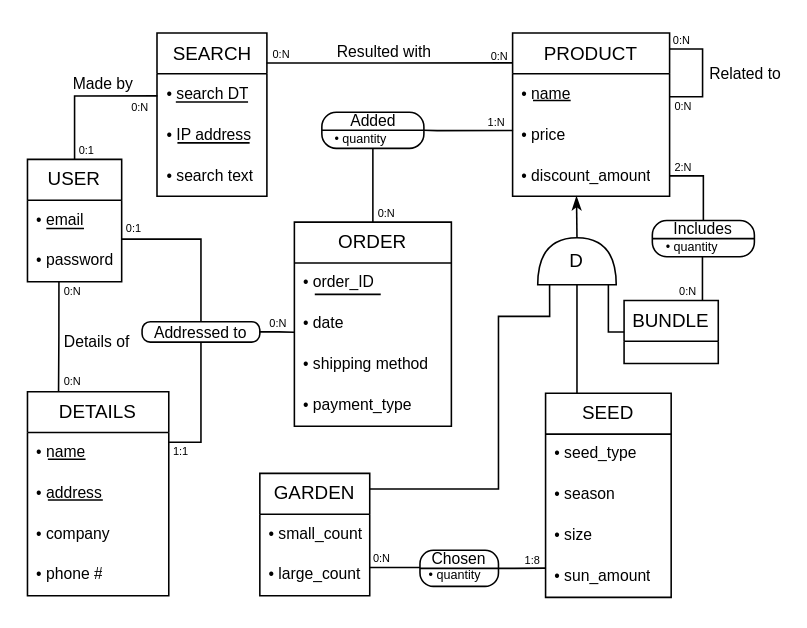
Earlier version of the draw.io diagram part 2/ERD fixed.drawio (TomGeva/DB_project). Source tidied: cells renumbered, new cells numbered last; positions are measured from the earlier drawing's top-left corner, leaving out a move shared by most shapes. Both pictures are drawn from the tidied source at 157%, with x=0, y=0 at pixel (27, 30).
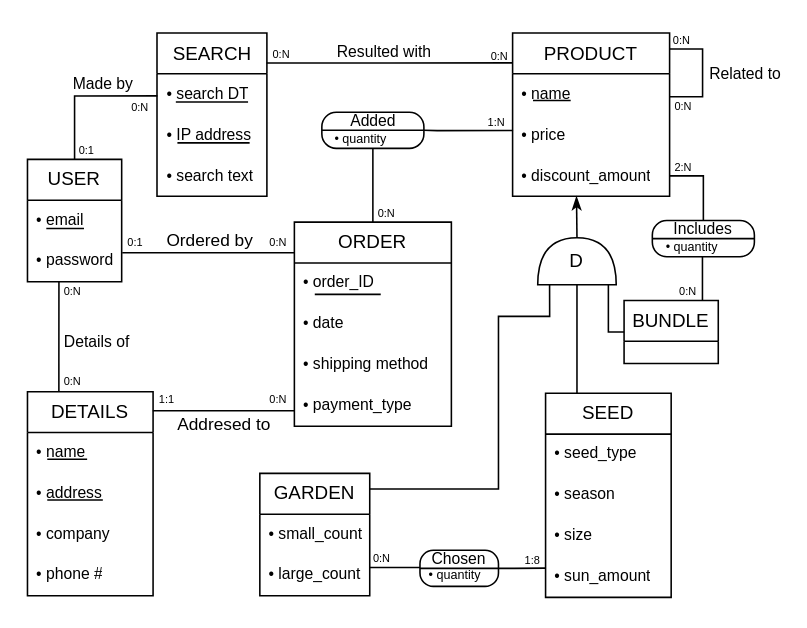
The same diagram, later.

Commit message (it also covers changes not shown here):
change in ERD model

The change refers to these unchanged cells:
```xml
<mxCell id="35" value="ORDER" style="swimlane;fontStyle=0;horizontal=1;startSize=26;fillColor=none;whiteSpace=wrap;html=1;rounded=0;" parent="34" vertex="1">
  <mxGeometry width="100" height="130" as="geometry" />
</mxCell>
<mxCell id="37" value="• date" style="text;strokeColor=none;fillColor=none;align=left;verticalAlign=top;spacingLeft=4;spacingRight=4;overflow=hidden;points=[[0,0.5],[1,0.5]];portConstraint=eastwest;whiteSpace=wrap;html=1;fontSize=10;rounded=0;" parent="35" vertex="1">
  <mxGeometry y="52" width="100" height="26" as="geometry" />
</mxCell>
<mxCell id="39" value="• payment_type" style="text;strokeColor=none;fillColor=none;align=left;verticalAlign=top;spacingLeft=4;spacingRight=4;overflow=hidden;points=[[0,0.5],[1,0.5]];portConstraint=eastwest;whiteSpace=wrap;html=1;fontSize=10;rounded=0;" parent="35" vertex="1">
  <mxGeometry y="104" width="100" height="26" as="geometry" />
</mxCell>
<mxCell id="47" value="• email" style="text;strokeColor=none;fillColor=none;align=left;verticalAlign=top;spacingLeft=4;spacingRight=4;overflow=hidden;points=[[0,0.5],[1,0.5]];portConstraint=eastwest;whiteSpace=wrap;html=1;fontSize=10;rounded=0;" parent="46" vertex="1">
  <mxGeometry y="26" width="60" height="26" as="geometry" />
</mxCell>
<mxCell id="49" value="• password" style="text;strokeColor=none;fillColor=none;align=left;verticalAlign=top;spacingLeft=4;spacingRight=4;overflow=hidden;points=[[0,0.5],[1,0.5]];portConstraint=eastwest;whiteSpace=wrap;html=1;fontSize=10;rounded=0;" parent="46" vertex="1">
  <mxGeometry y="52" width="60" height="26" as="geometry" />
</mxCell>
<mxCell id="81" value="BUNDLE" style="swimlane;fontStyle=0;horizontal=1;startSize=26;fillColor=none;whiteSpace=wrap;html=1;rounded=0;" parent="1" vertex="1">
  <mxGeometry x="380" y="171.9" width="60" height="40.1" as="geometry" />
</mxCell>
```

Change to the diagram source:
```diff
@@
     <mxCell id="57" value="&lt;font style=&quot;font-size: 7px;&quot;&gt;0:N&lt;/font&gt;" style="text;html=1;strokeColor=none;fillColor=none;align=center;verticalAlign=middle;whiteSpace=wrap;rounded=0;" parent="1" vertex="1">
-      <mxGeometry x="149.5" y="179.9" width="20" height="10" as="geometry" />
+      <mxGeometry x="150" y="128.5" width="20" height="10" as="geometry" />
     </mxCell>
@@
     <mxCell id="63" value="&lt;font style=&quot;font-size: 7px;&quot;&gt;1:1&lt;/font&gt;" style="text;html=1;strokeColor=none;fillColor=none;align=center;verticalAlign=middle;whiteSpace=wrap;rounded=0;" parent="1" vertex="1">
-      <mxGeometry x="88" y="262" width="20" height="10" as="geometry" />
+      <mxGeometry x="79" y="229" width="20" height="10" as="geometry" />
     </mxCell>
     <mxCell id="64" value="&lt;font style=&quot;font-size: 7px;&quot;&gt;0:1&lt;/font&gt;" style="text;html=1;strokeColor=none;fillColor=none;align=center;verticalAlign=middle;whiteSpace=wrap;rounded=0;" parent="1" vertex="1">
-      <mxGeometry x="57.5" y="120" width="20" height="10" as="geometry" />
+      <mxGeometry x="59" y="128.5" width="20" height="10" as="geometry" />
     </mxCell>
-    <mxCell id="65" style="endArrow=none;html=1;rounded=0;edgeStyle=orthogonalEdgeStyle;entryX=0.22;entryY=-0.003;entryDx=0;entryDy=0;entryPerimeter=0;exitX=0.334;exitY=0.997;exitDx=0;exitDy=0;exitPerimeter=0;" parent="1" edge="1" source="49" target="85">
-      <mxGeometry relative="1" as="geometry" />
+    <mxCell id="65" style="endArrow=none;html=1;rounded=0;edgeStyle=orthogonalEdgeStyle;exitX=0.334;exitY=0.997;exitDx=0;exitDy=0;exitPerimeter=0;entryX=0.25;entryY=0;entryDx=0;entryDy=0;" parent="1" edge="1" source="49" target="85">
+      <mxGeometry relative="1" as="geometry">
+        <Array as="points">
+          <mxPoint x="20" y="212" />
+          <mxPoint x="20" y="212" />
+        </Array>
+      </mxGeometry>
     </mxCell>
@@
-    <mxCell id="69" style="edgeStyle=orthogonalEdgeStyle;rounded=0;jettySize=auto;html=1;endArrow=none;endFill=0;exitX=0.5;exitY=1;exitDx=0;exitDy=0;entryX=0.998;entryY=0.236;entryDx=0;entryDy=0;entryPerimeter=0;" parent="1" edge="1" source="70" target="86">
-      <mxGeometry relative="1" as="geometry">
-        <Array as="points">
-          <mxPoint x="111" y="262" />
-        </Array>
-      </mxGeometry>
+    <mxCell id="69" style="edgeStyle=orthogonalEdgeStyle;rounded=0;jettySize=auto;html=1;endArrow=none;endFill=0;exitX=0;exitY=0.621;exitDx=0;exitDy=0;entryX=0.998;entryY=0.093;entryDx=0;entryDy=0;entryPerimeter=0;exitPerimeter=0;" parent="1" edge="1" source="39" target="85">
+      <mxGeometry relative="1" as="geometry" />
     </mxCell>
-    <mxCell id="70" value="&lt;span style=&quot;font-size: 10px;&quot;&gt;Addressed to&lt;br&gt;&lt;/span&gt;" style="rounded=1;whiteSpace=wrap;html=1;arcSize=40;" parent="1" vertex="1">
-      <mxGeometry x="73" y="185.4" width="75" height="13" as="geometry" />
-    </mxCell>
+    <mxCell id="95" value="Addresed to" style="edgeLabel;html=1;align=center;verticalAlign=middle;labelBackgroundColor=none;" parent="69" vertex="1">
+      <mxGeometry x="0.01" y="-1" relative="1" as="geometry">
+        <mxPoint y="9" as="offset" />
+      </mxGeometry>
+    </mxCell>
@@
-    <mxCell id="78" style="edgeStyle=orthogonalEdgeStyle;rounded=0;jettySize=auto;html=1;endArrow=none;endFill=0;exitX=1;exitY=0.5;exitDx=0;exitDy=0;entryX=-0.001;entryY=0.698;entryDx=0;entryDy=0;entryPerimeter=0;" parent="1" edge="1" source="70" target="37">
-      <mxGeometry relative="1" as="geometry">
-        <Array as="points">
-          <mxPoint x="160" y="192" />
-        </Array>
-      </mxGeometry>
-    </mxCell>
-    <mxCell id="79" style="edgeStyle=orthogonalEdgeStyle;rounded=0;jettySize=auto;html=1;entryX=0.993;entryY=0.955;entryDx=0;entryDy=0;entryPerimeter=0;endArrow=none;endFill=0;exitX=0.5;exitY=0;exitDx=0;exitDy=0;" parent="1" edge="1" source="70" target="47">
+    <mxCell id="79" style="edgeStyle=orthogonalEdgeStyle;rounded=0;jettySize=auto;html=1;entryX=1.006;entryY=0.287;entryDx=0;entryDy=0;entryPerimeter=0;endArrow=none;endFill=0;exitX=0.001;exitY=0.15;exitDx=0;exitDy=0;exitPerimeter=0;" parent="1" edge="1" source="35" target="49">
       <mxGeometry relative="1" as="geometry" />
     </mxCell>
+    <mxCell id="96" value="Ordered by" style="edgeLabel;html=1;align=center;verticalAlign=middle;labelBackgroundColor=none;" parent="79" vertex="1">
+      <mxGeometry x="-0.08" y="4" relative="1" as="geometry">
+        <mxPoint x="-5" y="-12" as="offset" />
+      </mxGeometry>
+    </mxCell>
@@
-    <mxCell id="82" style="group;" parent="1" vertex="1">
-      <mxGeometry y="230" width="90" height="130" as="geometry" />
-    </mxCell>
+    <mxCell id="90" style="group;rounded=0;" parent="1" vertex="1">
+      <mxGeometry x="398" y="121" width="65" height="23" as="geometry" />
+    </mxCell>
+    <mxCell id="91" value="&lt;span style=&quot;font-size: 10px;&quot;&gt;Includes&lt;br&gt;&lt;br&gt;&lt;/span&gt;" style="rounded=1;whiteSpace=wrap;html=1;arcSize=40;" parent="90" vertex="1">
+      <mxGeometry width="65" height="23" as="geometry" />
+    </mxCell>
+    <mxCell id="92" value="• quantity" style="text;html=1;strokeColor=none;fillColor=none;align=left;verticalAlign=middle;whiteSpace=wrap;rounded=0;fontSize=8;" parent="90" vertex="1">
+      <mxGeometry x="6.5" y="13" width="52" height="8" as="geometry" />
+    </mxCell>
+    <mxCell id="93" style="endArrow=none;html=1;rounded=0;entryX=1;entryY=0.5;entryDx=0;entryDy=0;exitX=0;exitY=0.5;exitDx=0;exitDy=0;" parent="90" edge="1" source="91" target="91">
+      <mxGeometry relative="1" as="geometry" />
+    </mxCell>
+    <mxCell id="94" style="edgeStyle=orthogonalEdgeStyle;rounded=0;jettySize=auto;html=1;endArrow=none;endFill=0;entryX=0.832;entryY=0.003;entryDx=0;entryDy=0;entryPerimeter=0;exitX=0.491;exitY=1.003;exitDx=0;exitDy=0;exitPerimeter=0;" parent="1" edge="1" source="91" target="81">
+      <mxGeometry relative="1" as="geometry" />
+    </mxCell>
+    <mxCell id="97" value="&lt;font style=&quot;font-size: 7px;&quot;&gt;0:N&lt;/font&gt;" style="text;html=1;strokeColor=none;fillColor=none;align=center;verticalAlign=middle;whiteSpace=wrap;rounded=0;" parent="1" vertex="1">
+      <mxGeometry x="149.5" y="229" width="20" height="10" as="geometry" />
+    </mxCell>
-    <mxCell id="83" style="endArrow=none;html=1;rounded=0;" parent="82" edge="1">
+    <mxCell id="83" style="endArrow=none;html=1;rounded=0;" parent="1" edge="1">
       <mxGeometry relative="1" as="geometry">
-        <mxPoint x="13" y="43" as="sourcePoint" />
-        <mxPoint x="37" y="43" as="targetPoint" />
+        <mxPoint x="12.6" y="273" as="sourcePoint" />
+        <mxPoint x="38" y="273" as="targetPoint" />
       </mxGeometry>
     </mxCell>
-    <mxCell id="84" style="endArrow=none;html=1;rounded=0;" parent="82" edge="1">
+    <mxCell id="84" style="endArrow=none;html=1;rounded=0;" parent="1" edge="1">
       <mxGeometry relative="1" as="geometry">
-        <mxPoint x="13" y="69" as="sourcePoint" />
-        <mxPoint x="48" y="69" as="targetPoint" />
+        <mxPoint x="12.6" y="299" as="sourcePoint" />
+        <mxPoint x="48" y="299" as="targetPoint" />
       </mxGeometry>
     </mxCell>
-    <mxCell id="85" value="DETAILS" style="swimlane;fontStyle=0;horizontal=1;startSize=26;fillColor=none;whiteSpace=wrap;html=1;rounded=0;" parent="82" vertex="1">
-      <mxGeometry width="90" height="130" as="geometry" />
+    <mxCell id="85" value="DETAILS" style="swimlane;fontStyle=0;horizontal=1;startSize=26;fillColor=none;whiteSpace=wrap;html=1;rounded=0;" parent="1" vertex="1">
+      <mxGeometry y="230" width="80" height="130" as="geometry" />
     </mxCell>
     <mxCell id="86" value="• name" style="text;strokeColor=none;fillColor=none;align=left;verticalAlign=top;spacingLeft=4;spacingRight=4;overflow=hidden;points=[[0,0.5],[1,0.5]];portConstraint=eastwest;whiteSpace=wrap;html=1;fontSize=10;rounded=0;" parent="85" vertex="1">
-      <mxGeometry y="26" width="90" height="26" as="geometry" />
+      <mxGeometry y="26" width="80" height="26" as="geometry" />
     </mxCell>
     <mxCell id="87" value="• address" style="text;strokeColor=none;fillColor=none;align=left;verticalAlign=top;spacingLeft=4;spacingRight=4;overflow=hidden;whiteSpace=wrap;html=1;fontSize=10;rounded=0;" parent="85" vertex="1">
-      <mxGeometry y="52" width="90" height="26" as="geometry" />
+      <mxGeometry y="52" width="80" height="26" as="geometry" />
     </mxCell>
     <mxCell id="88" value="• company" style="text;strokeColor=none;fillColor=none;align=left;verticalAlign=top;spacingLeft=4;spacingRight=4;overflow=hidden;whiteSpace=wrap;html=1;fontSize=10;rounded=0;" parent="85" vertex="1">
-      <mxGeometry y="78" width="90" height="26" as="geometry" />
+      <mxGeometry y="78" width="80" height="26" as="geometry" />
     </mxCell>
     <mxCell id="89" value="• phone #" style="text;strokeColor=none;fillColor=none;align=left;verticalAlign=top;spacingLeft=4;spacingRight=4;overflow=hidden;whiteSpace=wrap;html=1;fontSize=10;rounded=0;" parent="85" vertex="1">
-      <mxGeometry y="104" width="90" height="26" as="geometry" />
+      <mxGeometry y="104" width="80" height="26" as="geometry" />
     </mxCell>
-    <mxCell id="90" style="group;rounded=0;" parent="1" vertex="1">
-      <mxGeometry x="398" y="121" width="65" height="23" as="geometry" />
-    </mxCell>
-    <mxCell id="91" value="&lt;span style=&quot;font-size: 10px;&quot;&gt;Includes&lt;br&gt;&lt;br&gt;&lt;/span&gt;" style="rounded=1;whiteSpace=wrap;html=1;arcSize=40;" parent="90" vertex="1">
-      <mxGeometry width="65" height="23" as="geometry" />
-    </mxCell>
-    <mxCell id="92" value="• quantity" style="text;html=1;strokeColor=none;fillColor=none;align=left;verticalAlign=middle;whiteSpace=wrap;rounded=0;fontSize=8;" parent="90" vertex="1">
-      <mxGeometry x="6.5" y="13" width="52" height="8" as="geometry" />
-    </mxCell>
-    <mxCell id="93" style="endArrow=none;html=1;rounded=0;entryX=1;entryY=0.5;entryDx=0;entryDy=0;exitX=0;exitY=0.5;exitDx=0;exitDy=0;" parent="90" edge="1" source="91" target="91">
-      <mxGeometry relative="1" as="geometry" />
-    </mxCell>
-    <mxCell id="94" style="edgeStyle=orthogonalEdgeStyle;rounded=0;jettySize=auto;html=1;endArrow=none;endFill=0;entryX=0.832;entryY=0.003;entryDx=0;entryDy=0;entryPerimeter=0;exitX=0.491;exitY=1.003;exitDx=0;exitDy=0;exitPerimeter=0;" parent="1" edge="1" source="91" target="81">
-      <mxGeometry relative="1" as="geometry" />
-    </mxCell>
```
